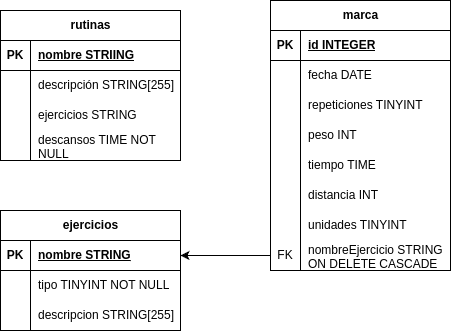
Above: doc/fotos/BDL iteracion 2.png in paccco/TFG (draw.io), before the change. Source tidied: cells renumbered, new cells last; positions are measured from the earlier drawing's top-left corner, leaving out a move shared by most shapes.
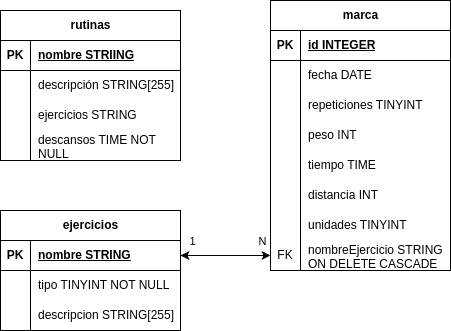
Later version of the same file.

What changed in the source:
```diff
@@ -107,9 +107,19 @@
     <mxCell id="36" value="nombreEjercicio STRING ON DELETE CASCADE" style="shape=partialRectangle;fillColor=none;top=0;left=0;bottom=0;right=0;align=left;spacingLeft=6;overflow=hidden;whiteSpace=wrap;html=1;" parent="34" vertex="1">
       <mxGeometry x="30" width="150" height="30" as="geometry" />
     </mxCell>
-    <mxCell id="37" style="endArrow=classic;html=1;rounded=0;exitX=0;exitY=0.5;exitDx=0;exitDy=0;entryX=1;entryY=0.5;entryDx=0;entryDy=0;" parent="1" edge="1" source="34" target="3">
+    <mxCell id="37" style="endArrow=classic;html=1;rounded=0;exitX=0;exitY=0.5;exitDx=0;exitDy=0;entryX=1;entryY=0.5;entryDx=0;entryDy=0;startArrow=classic;startFill=1;" parent="1" edge="1" source="34" target="3">
       <mxGeometry relative="1" as="geometry" />
     </mxCell>
+    <mxCell id="51" value="1" style="edgeLabel;html=1;align=center;verticalAlign=middle;" parent="37" vertex="1">
+      <mxGeometry x="0.09" relative="1" as="geometry">
+        <mxPoint x="-30" y="-15" as="offset" />
+      </mxGeometry>
+    </mxCell>
+    <mxCell id="52" value="N" style="edgeLabel;html=1;align=center;verticalAlign=middle;" parent="37" vertex="1">
+      <mxGeometry x="-0.13" y="3" relative="1" as="geometry">
+        <mxPoint x="30" y="-18" as="offset" />
+      </mxGeometry>
+    </mxCell>
     <mxCell id="38" value="rutinas" style="shape=table;startSize=30;rowLines=0;fontStyle=1;align=center;html=1;" parent="1" vertex="1">
       <mxGeometry y="10" width="180" height="150" as="geometry" />
     </mxCell>
```
